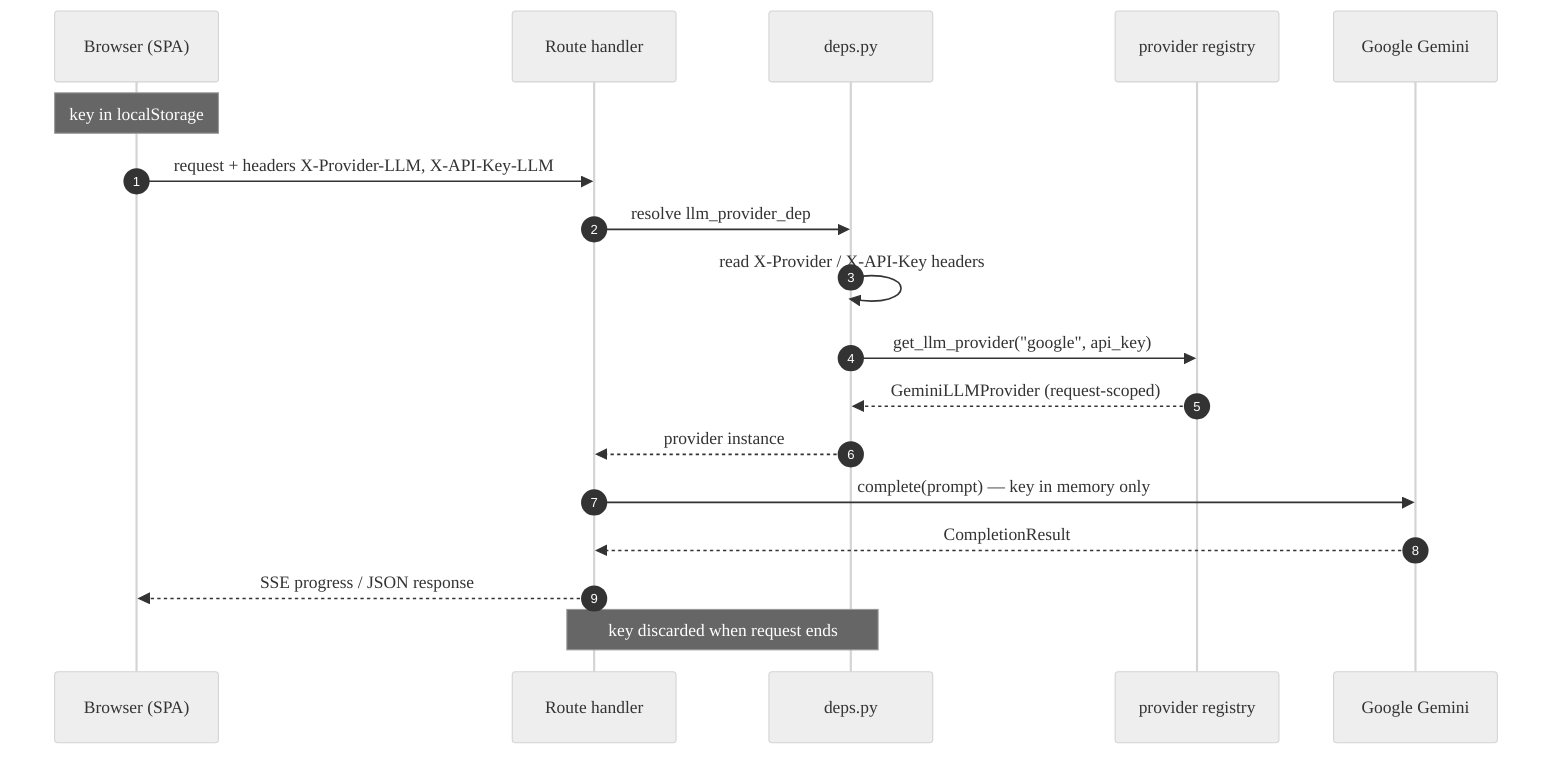
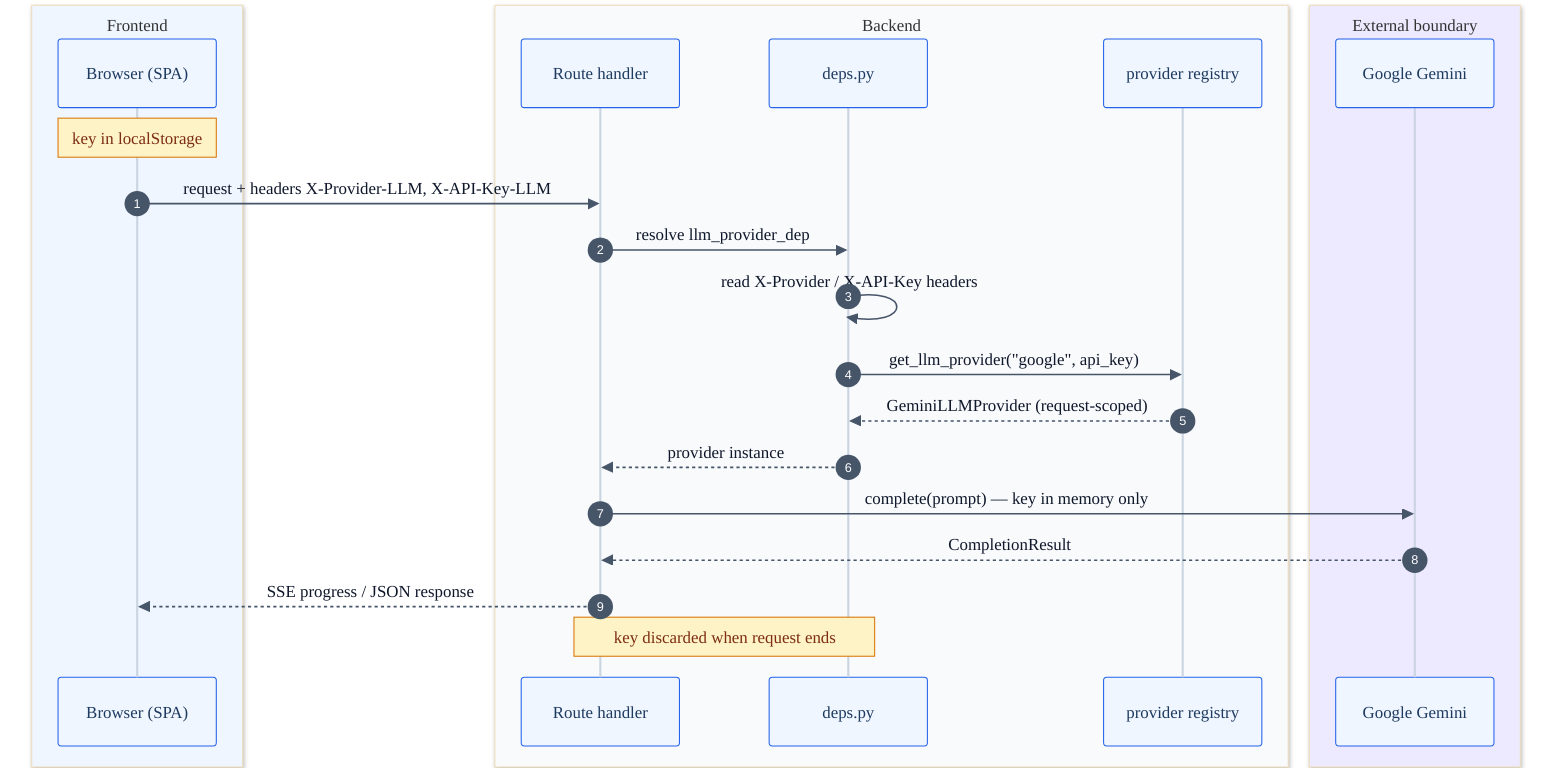
- %%{init: {'theme':'neutral','themeVariables':{'fontFamily':'system-ui, -apple-system, sans-serif','fontSize':'14px'}}}%%
+ %%{init: {'theme':'base','themeVariables':{'fontFamily':'system-ui, -apple-system, sans-serif','fontSize':'14px','actorBkg':'#eff6ff','actorBorder':'#2563eb','actorTextColor':'#1e3a5f','actorLineColor':'#cbd5e1','signalColor':'#475569','signalTextColor':'#0f172a','noteBkgColor':'#fef3c7','noteBorderColor':'#d97706','noteTextColor':'#7c2d12','sequenceNumberColor':'#ffffff'}}}%%
sequenceDiagram
  autonumber
-   participant B as Browser (SPA)
-   participant R as Route handler
-   participant D as deps.py
-   participant Reg as provider registry
-   participant G as Google Gemini
+   box rgb(239,246,255) Frontend
+     participant B as Browser (SPA)
+   end
+   box rgb(248,250,252) Backend
+     participant R as Route handler
+     participant D as deps.py
+     participant Reg as provider registry
+   end
+   box rgb(237,233,254) External boundary
+     participant G as Google Gemini
+   end

  Note over B: key in localStorage
  B->>R: request + headers X-Provider-LLM, X-API-Key-LLM
  R->>D: resolve llm_provider_dep
  D->>D: read X-Provider / X-API-Key headers
  D->>Reg: get_llm_provider("google", api_key)
  Reg-->>D: GeminiLLMProvider (request-scoped)
  D-->>R: provider instance
  R->>G: complete(prompt) — key in memory only
  G-->>R: CompletionResult
  R-->>B: SSE progress / JSON response
  Note over D,R: key discarded when request ends
